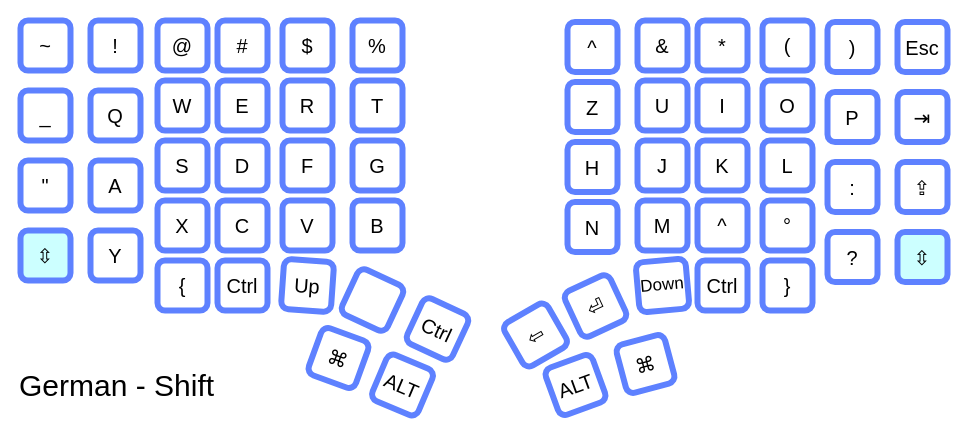
This is page "Ge-Shift-Uni-Mac" (16 of 16) of layouts.drawio from maxistar/dacty, a draw.io file, before an edit. Source tidied: cells renumbered, new cells numbered last; positions are measured from the earlier drawing's top-left corner, leaving out a move shared by most shapes. Both pictures are drawn from the tidied source at 100%, with x=0, y=0 at pixel (17, 20).
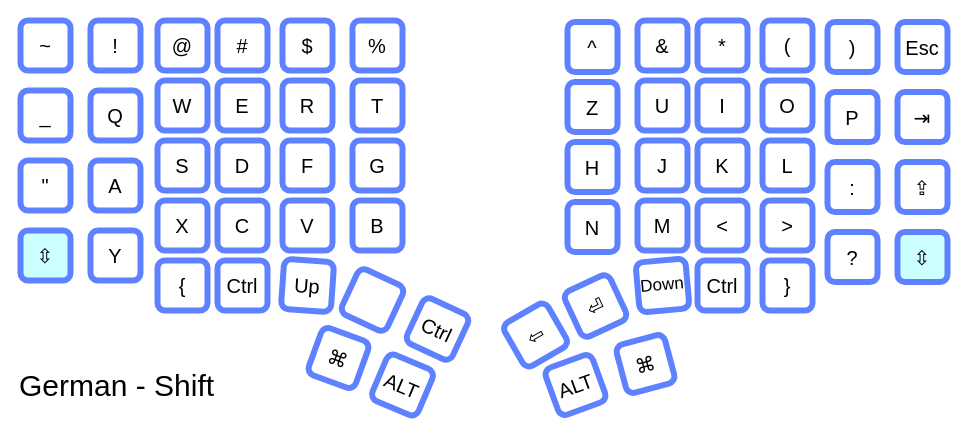
After the change.

What changed in the source:
```diff
@@
-    <mxCell id="52" value="&lt;font style=&quot;font-size: 20px;&quot;&gt;^&lt;/font&gt;" style="rounded=1;whiteSpace=wrap;html=1;strokeWidth=6;strokeColor=#5E81FF;" parent="1" vertex="1">
+    <mxCell id="52" value="&lt;font style=&quot;font-size: 20px;&quot;&gt;&amp;lt;&lt;/font&gt;" style="rounded=1;whiteSpace=wrap;html=1;strokeWidth=6;strokeColor=#5E81FF;" parent="1" vertex="1">
       <mxGeometry x="680" y="180" width="50" height="50" as="geometry" />
     </mxCell>
@@
-    <mxCell id="57" value="&lt;font style=&quot;font-size: 20px;&quot;&gt;°&lt;/font&gt;" style="rounded=1;whiteSpace=wrap;html=1;strokeWidth=6;strokeColor=#5E81FF;" parent="1" vertex="1">
+    <mxCell id="57" value="&lt;font style=&quot;font-size: 20px;&quot;&gt;&amp;gt;&lt;/font&gt;" style="rounded=1;whiteSpace=wrap;html=1;strokeWidth=6;strokeColor=#5E81FF;" parent="1" vertex="1">
       <mxGeometry x="745" y="180" width="50" height="50" as="geometry" />
     </mxCell>
```
